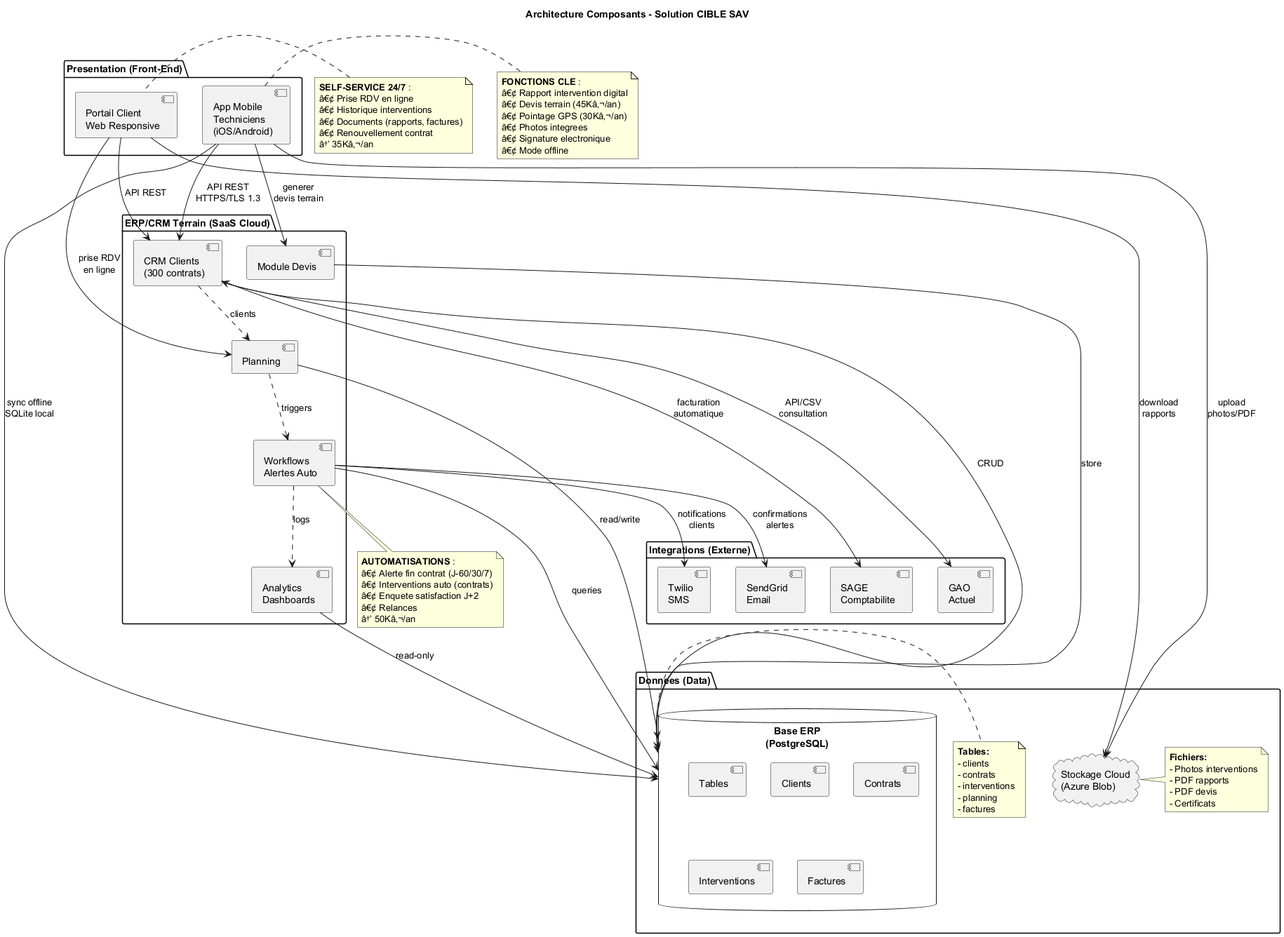
JordanSerafini/Audit_Duret keeps this PlantUML diagram as Maintenance-Technique/uml/Component_Architecture.png. Above is the earlier version.
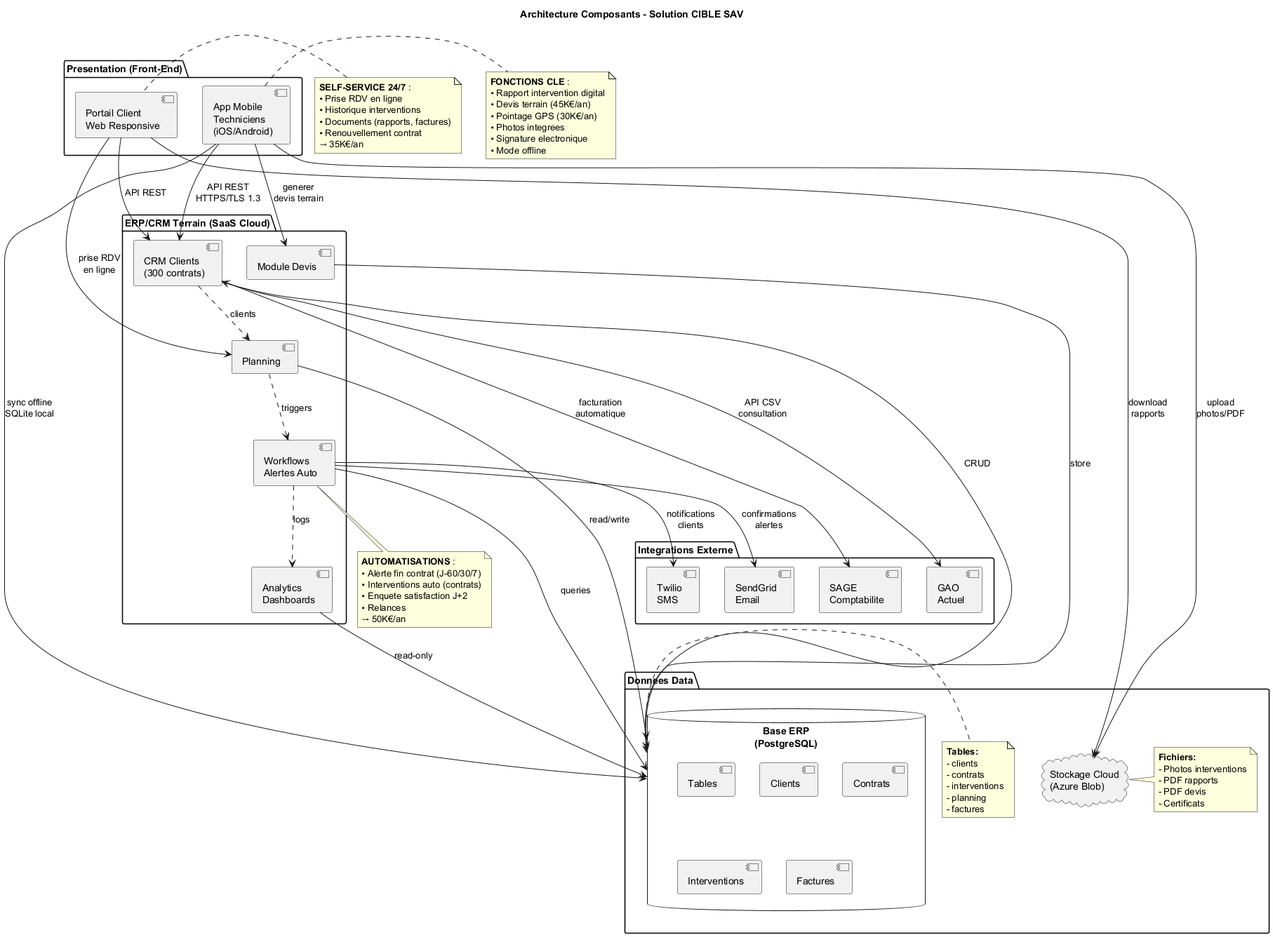
The same diagram one commit later.

The edit, as a diff of the source:
```diff
@@ -19,7 +19,7 @@
   Workflows ..> Analytics : logs
 }
 
-package "Donnees (Data)" {
+package "Donnees Data" {
   database "Base ERP\n(PostgreSQL)" as DB {
     [Tables]
     [Clients]
@@ -49,7 +49,7 @@
   end note
 }
 
-package "Integrations (Externe)" {
+package "Integrations Externe" {
   [GAO\nActuel] as GAO
   [SAGE\nComptabilite] as SAGE
   [Twilio\nSMS] as SMS
@@ -72,37 +72,37 @@
 AppMobile --> Cloud : upload\nphotos/PDF
 PortailWeb --> Cloud : download\nrapports
 
-CRM <--> GAO : API/CSV\nconsultation
+CRM <--> GAO : API CSV\nconsultation
 CRM --> SAGE : facturation\nautomatique
 Workflows --> SMS : notifications\nclients
 Workflows --> Email : confirmations\nalertes
 
 note right of AppMobile
   **FONCTIONS CLE** :
-  â€¢ Rapport intervention digital
-  â€¢ Devis terrain (45Kâ‚¬/an)
-  â€¢ Pointage GPS (30Kâ‚¬/an)
-  â€¢ Photos integrees
-  â€¢ Signature electronique
-  â€¢ Mode offline
+  • Rapport intervention digital
+  • Devis terrain (45K€/an)
+  • Pointage GPS (30K€/an)
+  • Photos integrees
+  • Signature electronique
+  • Mode offline
 end note
 
 note left of PortailWeb
   **SELF-SERVICE 24/7** :
-  â€¢ Prise RDV en ligne
-  â€¢ Historique interventions
-  â€¢ Documents (rapports, factures)
-  â€¢ Renouvellement contrat
-  â†’ 35Kâ‚¬/an
+  • Prise RDV en ligne
+  • Historique interventions
+  • Documents (rapports, factures)
+  • Renouvellement contrat
+  → 35K€/an
 end note
 
 note bottom of Workflows
   **AUTOMATISATIONS** :
-  â€¢ Alerte fin contrat (J-60/30/7)
-  â€¢ Interventions auto (contrats)
-  â€¢ Enquete satisfaction J+2
-  â€¢ Relances
-  â†’ 50Kâ‚¬/an
+  • Alerte fin contrat (J-60/30/7)
+  • Interventions auto (contrats)
+  • Enquete satisfaction J+2
+  • Relances
+  → 50K€/an
 end note
 
 @enduml
```
